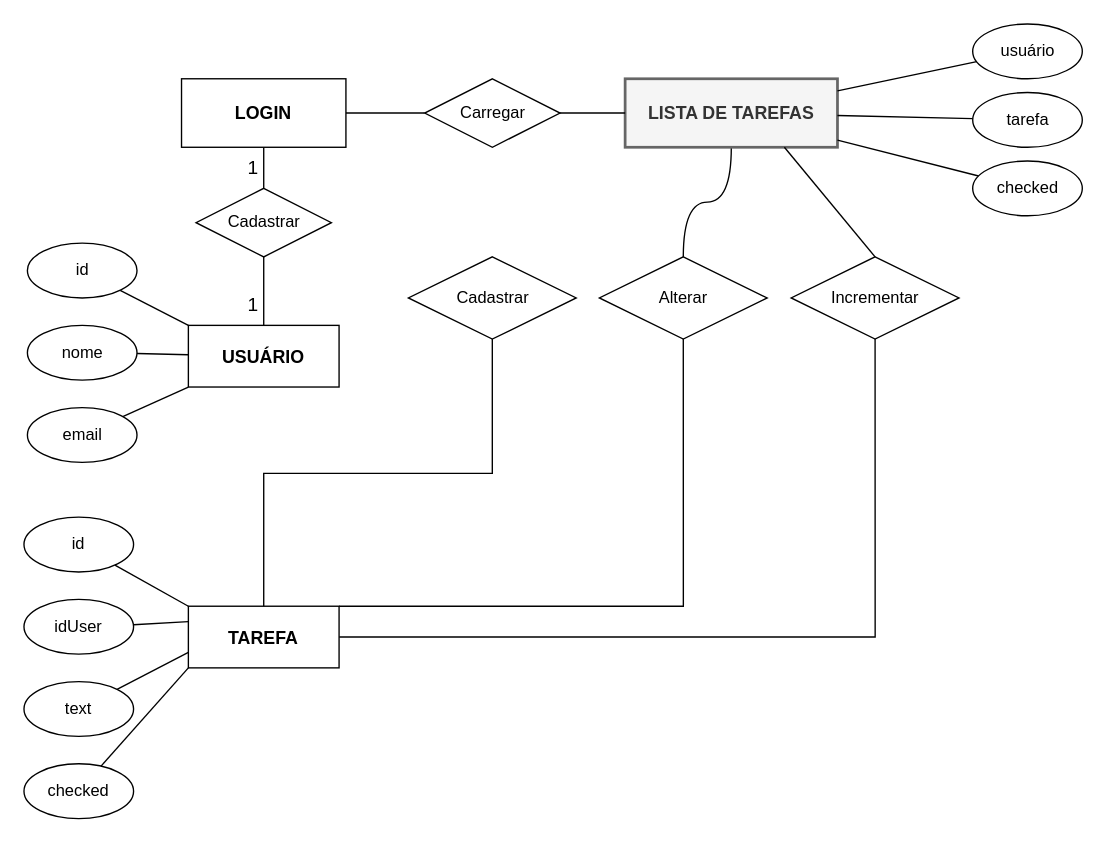
LuanPinho/todo-list keeps this draw.io diagram as todo-list-reac-app/src/Untitled Diagram.drawio. Above is the earlier version. Source tidied: cells renumbered, new cells numbered last; positions are measured from the earlier drawing's top-left corner, leaving out a move shared by most shapes. Both pictures are drawn from the tidied source at 137%, with x=0, y=0 at pixel (23, 23).
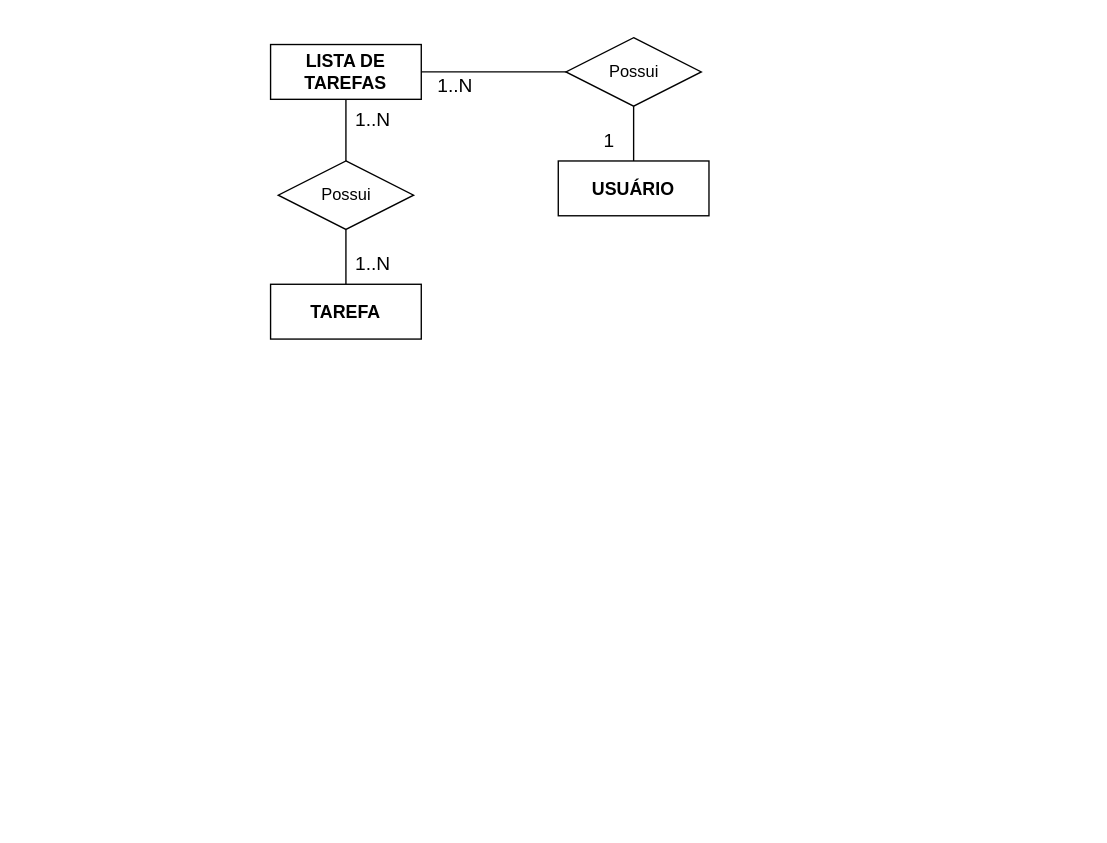
After the change.

What changed in the source:
```diff
@@
-    <mxCell id="2" style="rounded=0;jettySize=auto;html=1;entryX=0.5;entryY=1;entryDx=0;entryDy=0;endArrow=none;endFill=0;elbow=vertical;edgeStyle=orthogonalEdgeStyle;exitX=1;exitY=0.5;exitDx=0;exitDy=0;" parent="1" edge="1" source="3" target="17">
-      <mxGeometry relative="1" as="geometry" />
-    </mxCell>
+    <mxCell id="18" value="USUÁRIO" style="rounded=0;whiteSpace=wrap;html=1;shadow=0;glass=0;fontStyle=1;fontSize=13;" parent="1" vertex="1">
+      <mxGeometry x="390" y="100" width="110" height="40" as="geometry" />
+    </mxCell>
+    <mxCell id="41" value="1" style="text;html=1;strokeColor=none;fillColor=none;align=center;verticalAlign=middle;whiteSpace=wrap;rounded=0;strokeWidth=2;fontSize=14;" parent="1" vertex="1">
+      <mxGeometry x="420" y="70" width="15" height="30" as="geometry" />
+    </mxCell>
+    <mxCell id="42" style="edgeStyle=orthogonalEdgeStyle;rounded=0;jettySize=auto;html=1;fontSize=14;endArrow=none;endFill=0;" parent="1" edge="1" source="44" target="13">
+      <mxGeometry relative="1" as="geometry" />
+    </mxCell>
+    <mxCell id="43" style="edgeStyle=orthogonalEdgeStyle;rounded=0;jettySize=auto;html=1;fontSize=14;endArrow=none;endFill=0;" parent="1" edge="1" source="44" target="3">
+      <mxGeometry relative="1" as="geometry" />
+    </mxCell>
+    <mxCell id="44" value="Possui" style="rhombus;whiteSpace=wrap;html=1;rounded=0;shadow=0;glass=0;" parent="1" vertex="1">
+      <mxGeometry x="185.6" y="100" width="98.8" height="50" as="geometry" />
+    </mxCell>
+    <mxCell id="45" style="edgeStyle=orthogonalEdgeStyle;rounded=0;jettySize=auto;html=1;fontSize=14;endArrow=none;endFill=0;startArrow=none;" parent="1" edge="1" source="46" target="18">
+      <mxGeometry relative="1" as="geometry" />
+    </mxCell>
     <mxCell id="3" value="TAREFA" style="rounded=0;whiteSpace=wrap;html=1;shadow=0;glass=0;fontStyle=1;fontSize=13;" parent="1" vertex="1">
-      <mxGeometry x="120" y="425" width="110" height="45" as="geometry" />
+      <mxGeometry x="180" y="190" width="110" height="40" as="geometry" />
     </mxCell>
-    <mxCell id="4" style="rounded=0;jettySize=auto;html=1;entryX=0;entryY=0;entryDx=0;entryDy=0;endArrow=none;endFill=0;" parent="1" edge="1" source="5" target="3">
-      <mxGeometry relative="1" as="geometry" />
-    </mxCell>
-    <mxCell id="5" value="id" style="ellipse;whiteSpace=wrap;html=1;rounded=0;shadow=0;glass=0;" parent="1" vertex="1">
-      <mxGeometry y="360" width="80" height="40" as="geometry" />
-    </mxCell>
-    <mxCell id="6" style="edgeStyle=none;rounded=0;jettySize=auto;html=1;endArrow=none;endFill=0;entryX=0;entryY=0.75;entryDx=0;entryDy=0;" parent="1" edge="1" source="7" target="3">
-      <mxGeometry relative="1" as="geometry" />
-    </mxCell>
-    <mxCell id="7" value="text" style="ellipse;whiteSpace=wrap;html=1;rounded=0;shadow=0;glass=0;" parent="1" vertex="1">
-      <mxGeometry y="480" width="80" height="40" as="geometry" />
-    </mxCell>
-    <mxCell id="8" style="edgeStyle=none;rounded=0;jettySize=auto;html=1;entryX=0;entryY=1;entryDx=0;entryDy=0;endArrow=none;endFill=0;" parent="1" edge="1" source="9" target="3">
-      <mxGeometry relative="1" as="geometry" />
-    </mxCell>
-    <mxCell id="9" value="checked" style="ellipse;whiteSpace=wrap;html=1;rounded=0;shadow=0;glass=0;" parent="1" vertex="1">
-      <mxGeometry y="540" width="80" height="40" as="geometry" />
-    </mxCell>
-    <mxCell id="10" style="edgeStyle=elbowEdgeStyle;rounded=0;jettySize=auto;html=1;entryX=0.5;entryY=0;entryDx=0;entryDy=0;endArrow=none;endFill=0;exitX=0.5;exitY=1;exitDx=0;exitDy=0;elbow=vertical;" parent="1" edge="1" source="11" target="3">
-      <mxGeometry relative="1" as="geometry" />
-    </mxCell>
-    <mxCell id="11" value="Cadastrar" style="rhombus;whiteSpace=wrap;html=1;rounded=0;shadow=0;glass=0;" parent="1" vertex="1">
-      <mxGeometry x="280.6" y="170" width="122.5" height="60" as="geometry" />
-    </mxCell>
-    <mxCell id="12" style="edgeStyle=orthogonalEdgeStyle;curved=1;rounded=0;jettySize=auto;html=1;entryX=0.5;entryY=0;entryDx=0;entryDy=0;endArrow=none;endFill=0;" parent="1" edge="1" source="13" target="15">
-      <mxGeometry relative="1" as="geometry" />
-    </mxCell>
-    <mxCell id="13" value="LISTA DE TAREFAS" style="rounded=0;whiteSpace=wrap;html=1;shadow=0;glass=0;fillColor=#f5f5f5;strokeColor=#666666;fontColor=#333333;strokeWidth=2;fontStyle=1;fontSize=13;" parent="1" vertex="1">
-      <mxGeometry x="438.8" y="40" width="155" height="50" as="geometry" />
+    <mxCell id="13" value="LISTA DE TAREFAS" style="rounded=0;whiteSpace=wrap;html=1;shadow=0;glass=0;fontStyle=1;fontSize=13;" parent="1" vertex="1">
+      <mxGeometry x="180" y="15" width="110" height="40" as="geometry" />
     </mxCell>
-    <mxCell id="14" style="edgeStyle=orthogonalEdgeStyle;rounded=0;jettySize=auto;html=1;endArrow=none;endFill=0;elbow=vertical;exitX=0.5;exitY=1;exitDx=0;exitDy=0;entryX=1;entryY=0;entryDx=0;entryDy=0;" parent="1" edge="1" source="15" target="3">
-      <mxGeometry relative="1" as="geometry">
-        <Array as="points">
-          <mxPoint x="481" y="425" />
-        </Array>
-      </mxGeometry>
-    </mxCell>
-    <mxCell id="15" value="Alterar" style="rhombus;whiteSpace=wrap;html=1;rounded=0;shadow=0;glass=0;" parent="1" vertex="1">
-      <mxGeometry x="420" y="170" width="122.5" height="60" as="geometry" />
-    </mxCell>
-    <mxCell id="16" style="rounded=0;jettySize=auto;html=1;entryX=0.75;entryY=1;entryDx=0;entryDy=0;endArrow=none;endFill=0;exitX=0.5;exitY=0;exitDx=0;exitDy=0;" parent="1" edge="1" source="17" target="13">
-      <mxGeometry relative="1" as="geometry" />
-    </mxCell>
-    <mxCell id="17" value="Incrementar" style="rhombus;whiteSpace=wrap;html=1;rounded=0;shadow=0;glass=0;" parent="1" vertex="1">
-      <mxGeometry x="560" y="170" width="122.5" height="60" as="geometry" />
-    </mxCell>
-    <mxCell id="18" value="USUÁRIO" style="rounded=0;whiteSpace=wrap;html=1;shadow=0;glass=0;fontStyle=1;fontSize=13;" parent="1" vertex="1">
-      <mxGeometry x="120" y="220" width="110" height="45" as="geometry" />
-    </mxCell>
-    <mxCell id="19" style="rounded=0;jettySize=auto;html=1;entryX=0;entryY=0;entryDx=0;entryDy=0;endArrow=none;endFill=0;" parent="1" edge="1" source="20" target="18">
-      <mxGeometry relative="1" as="geometry" />
-    </mxCell>
-    <mxCell id="20" value="id" style="ellipse;whiteSpace=wrap;html=1;rounded=0;shadow=0;glass=0;" parent="1" vertex="1">
-      <mxGeometry x="2.5" y="160" width="80" height="40" as="geometry" />
-    </mxCell>
-    <mxCell id="21" style="edgeStyle=none;rounded=0;jettySize=auto;html=1;endArrow=none;endFill=0;" parent="1" edge="1" source="22" target="18">
-      <mxGeometry relative="1" as="geometry" />
-    </mxCell>
-    <mxCell id="22" value="nome" style="ellipse;whiteSpace=wrap;html=1;rounded=0;shadow=0;glass=0;" parent="1" vertex="1">
-      <mxGeometry x="2.5" y="220" width="80" height="40" as="geometry" />
-    </mxCell>
-    <mxCell id="23" style="edgeStyle=none;rounded=0;jettySize=auto;html=1;entryX=0;entryY=1;entryDx=0;entryDy=0;endArrow=none;endFill=0;" parent="1" edge="1" source="24" target="18">
-      <mxGeometry relative="1" as="geometry" />
-    </mxCell>
-    <mxCell id="24" value="email" style="ellipse;whiteSpace=wrap;html=1;rounded=0;shadow=0;glass=0;" parent="1" vertex="1">
-      <mxGeometry x="2.5" y="280" width="80" height="40" as="geometry" />
-    </mxCell>
-    <mxCell id="25" style="rounded=0;jettySize=auto;html=1;entryX=0;entryY=0.25;entryDx=0;entryDy=0;endArrow=none;endFill=0;" parent="1" edge="1" source="26" target="3">
-      <mxGeometry relative="1" as="geometry" />
-    </mxCell>
-    <mxCell id="26" value="idUser" style="ellipse;whiteSpace=wrap;html=1;rounded=0;shadow=0;glass=0;" parent="1" vertex="1">
-      <mxGeometry y="420" width="80" height="40" as="geometry" />
-    </mxCell>
-    <mxCell id="27" style="edgeStyle=orthogonalEdgeStyle;curved=1;rounded=0;jettySize=auto;html=1;entryX=0.5;entryY=0;entryDx=0;entryDy=0;endArrow=none;endFill=0;" parent="1" edge="1" source="28" target="18">
-      <mxGeometry relative="1" as="geometry" />
-    </mxCell>
-    <mxCell id="28" value="Cadastrar" style="rhombus;whiteSpace=wrap;html=1;rounded=0;shadow=0;glass=0;" parent="1" vertex="1">
-      <mxGeometry x="125.6" y="120" width="98.8" height="50" as="geometry" />
-    </mxCell>
-    <mxCell id="29" style="edgeStyle=orthogonalEdgeStyle;curved=1;rounded=0;jettySize=auto;html=1;endArrow=none;endFill=0;" parent="1" edge="1" source="31" target="28">
-      <mxGeometry relative="1" as="geometry" />
-    </mxCell>
-    <mxCell id="30" style="edgeStyle=orthogonalEdgeStyle;rounded=0;jettySize=auto;html=1;fontSize=14;endArrow=none;endFill=0;" parent="1" edge="1" source="31" target="33">
-      <mxGeometry relative="1" as="geometry" />
-    </mxCell>
-    <mxCell id="31" value="LOGIN" style="rounded=0;whiteSpace=wrap;html=1;shadow=0;glass=0;fontStyle=1;fontSize=13;" parent="1" vertex="1">
-      <mxGeometry x="115" y="40" width="120" height="50" as="geometry" />
-    </mxCell>
-    <mxCell id="32" style="edgeStyle=orthogonalEdgeStyle;rounded=0;jettySize=auto;html=1;fontSize=14;endArrow=none;endFill=0;" parent="1" edge="1" source="33" target="13">
-      <mxGeometry relative="1" as="geometry" />
-    </mxCell>
-    <mxCell id="33" value="Carregar" style="rhombus;whiteSpace=wrap;html=1;rounded=0;shadow=0;glass=0;" parent="1" vertex="1">
-      <mxGeometry x="292.5" y="40" width="98.8" height="50" as="geometry" />
-    </mxCell>
-    <mxCell id="34" style="edgeStyle=none;rounded=0;jettySize=auto;html=1;endArrow=none;endFill=0;elbow=vertical;" parent="1" edge="1" source="35" target="13">
-      <mxGeometry relative="1" as="geometry" />
-    </mxCell>
-    <mxCell id="35" value="usuário" style="ellipse;whiteSpace=wrap;html=1;rounded=0;shadow=0;glass=0;" parent="1" vertex="1">
-      <mxGeometry x="692.5" width="80" height="40" as="geometry" />
-    </mxCell>
-    <mxCell id="36" style="edgeStyle=none;rounded=0;jettySize=auto;html=1;endArrow=none;endFill=0;elbow=vertical;" parent="1" edge="1" source="37" target="13">
-      <mxGeometry relative="1" as="geometry" />
-    </mxCell>
-    <mxCell id="37" value="tarefa" style="ellipse;whiteSpace=wrap;html=1;rounded=0;shadow=0;glass=0;" parent="1" vertex="1">
-      <mxGeometry x="692.5" y="50" width="80" height="40" as="geometry" />
-    </mxCell>
-    <mxCell id="38" style="edgeStyle=none;rounded=0;jettySize=auto;html=1;endArrow=none;endFill=0;elbow=vertical;" parent="1" edge="1" source="39" target="13">
-      <mxGeometry relative="1" as="geometry" />
-    </mxCell>
-    <mxCell id="39" value="checked" style="ellipse;whiteSpace=wrap;html=1;rounded=0;shadow=0;glass=0;" parent="1" vertex="1">
-      <mxGeometry x="692.5" y="100" width="80" height="40" as="geometry" />
-    </mxCell>
-    <mxCell id="40" value="1" style="text;html=1;strokeColor=none;fillColor=none;align=center;verticalAlign=middle;whiteSpace=wrap;rounded=0;strokeWidth=2;fontSize=14;" parent="1" vertex="1">
-      <mxGeometry x="160" y="90" width="15" height="30" as="geometry" />
-    </mxCell>
-    <mxCell id="41" value="1" style="text;html=1;strokeColor=none;fillColor=none;align=center;verticalAlign=middle;whiteSpace=wrap;rounded=0;strokeWidth=2;fontSize=14;" parent="1" vertex="1">
-      <mxGeometry x="160" y="190" width="15" height="30" as="geometry" />
-    </mxCell>
+    <mxCell id="46" value="Possui" style="rhombus;whiteSpace=wrap;html=1;rounded=0;shadow=0;glass=0;" parent="1" vertex="1">
+      <mxGeometry x="395.6" y="10" width="98.8" height="50" as="geometry" />
+    </mxCell>
+    <mxCell id="47" style="edgeStyle=orthogonalEdgeStyle;rounded=0;jettySize=auto;html=1;fontSize=14;endArrow=none;endFill=0;exitX=1;exitY=0.5;exitDx=0;exitDy=0;" parent="1" edge="1" source="13" target="46">
+      <mxGeometry relative="1" as="geometry" />
+    </mxCell>
+    <mxCell id="48" value="1..N" style="text;html=1;strokeColor=none;fillColor=none;align=center;verticalAlign=middle;whiteSpace=wrap;rounded=0;strokeWidth=2;fontSize=14;" parent="1" vertex="1">
+      <mxGeometry x="300" y="30" width="30" height="30" as="geometry" />
+    </mxCell>
+    <mxCell id="49" value="1..N" style="text;html=1;strokeColor=none;fillColor=none;align=center;verticalAlign=middle;whiteSpace=wrap;rounded=0;strokeWidth=2;fontSize=14;" parent="1" vertex="1">
+      <mxGeometry x="240" y="55" width="30" height="30" as="geometry" />
+    </mxCell>
+    <mxCell id="50" value="1..N" style="text;html=1;strokeColor=none;fillColor=none;align=center;verticalAlign=middle;whiteSpace=wrap;rounded=0;strokeWidth=2;fontSize=14;" parent="1" vertex="1">
+      <mxGeometry x="240" y="160" width="30" height="30" as="geometry" />
+    </mxCell>
```
